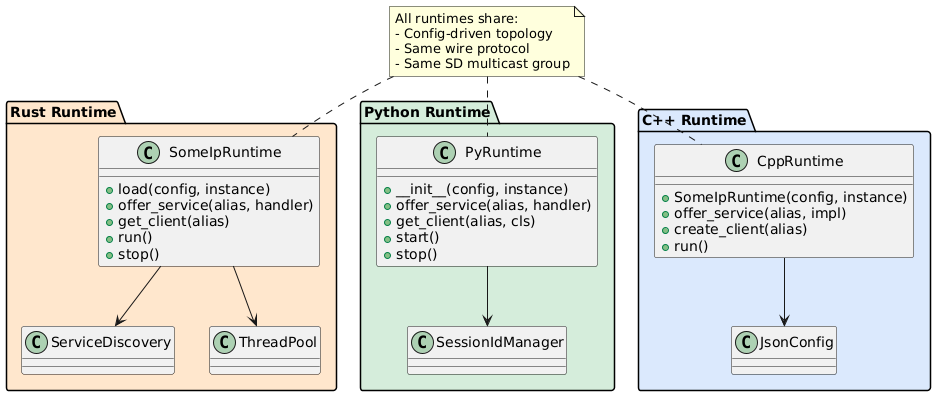
The PlantUML diagram docs/images/cross_language_runtimes.png in arunj123/fusion-hawking, before a commit.
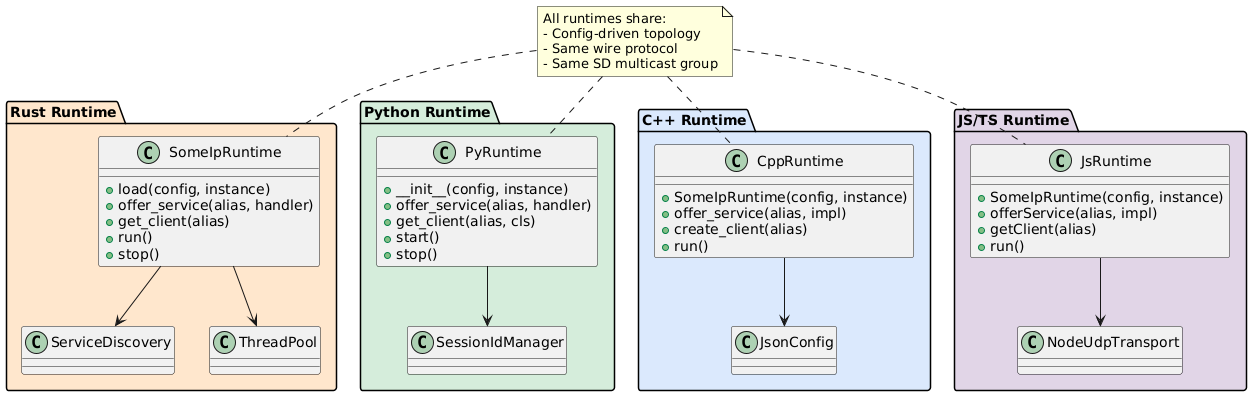
Above is the later version.

Change to the diagram source:
```diff
@@ -38,8 +38,21 @@
     CppRuntime --> JsonConfig
 }
 
+package "JS/TS Runtime" #E1D5E7 {
+    class JsRuntime {
+        +SomeIpRuntime(config, instance)
+        +offerService(alias, impl)
+        +getClient(alias)
+        +run()
+    }
+    class NodeUdpTransport
+    JsRuntime --> NodeUdpTransport
+}
+
+
 note "All runtimes share:\n- Config-driven topology\n- Same wire protocol\n- Same SD multicast group" as N
 N .. SomeIpRuntime
 N .. PyRuntime
 N .. CppRuntime
+N .. JsRuntime
 @enduml
```
